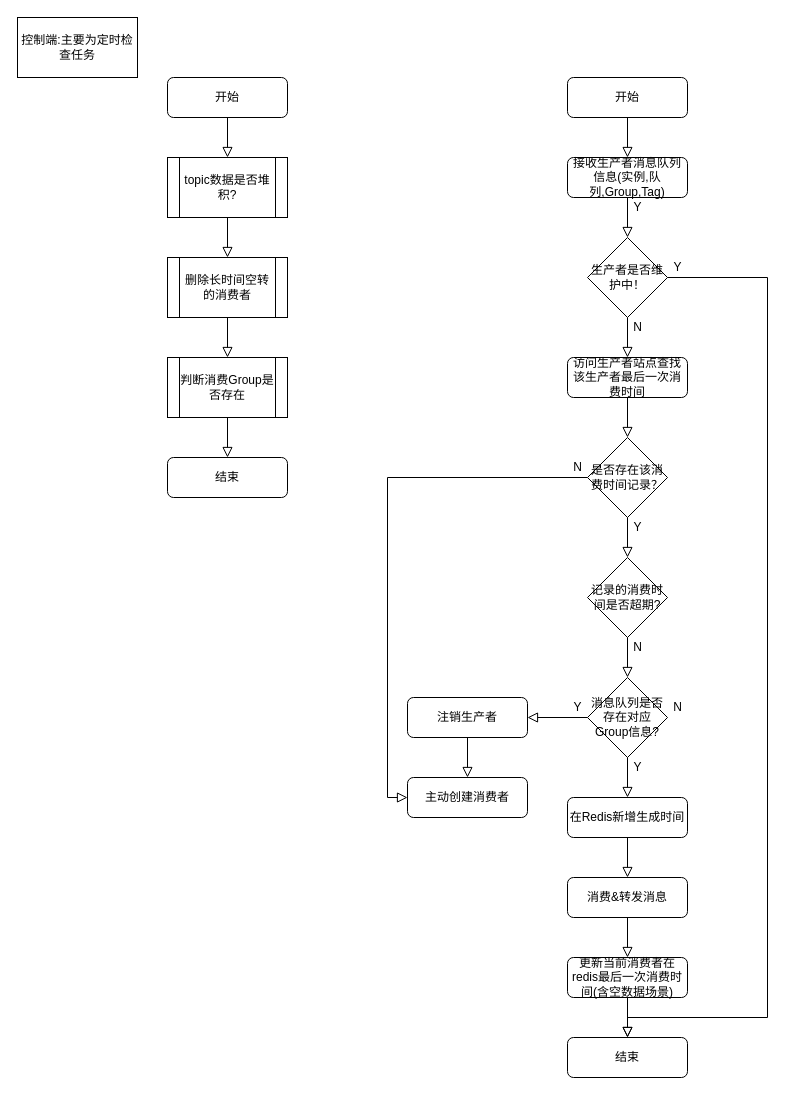
Above: page "消息队列控制端" (4 of 5) of 懂牛生产者.drawio in yigoC/test (draw.io), before the change. Source tidied: cells renumbered, new cells numbered last; positions are measured from the earlier drawing's top-left corner, leaving out a move shared by most shapes. Both pictures are drawn from the tidied source at 100%, with x=0, y=0 at pixel (17, 17).
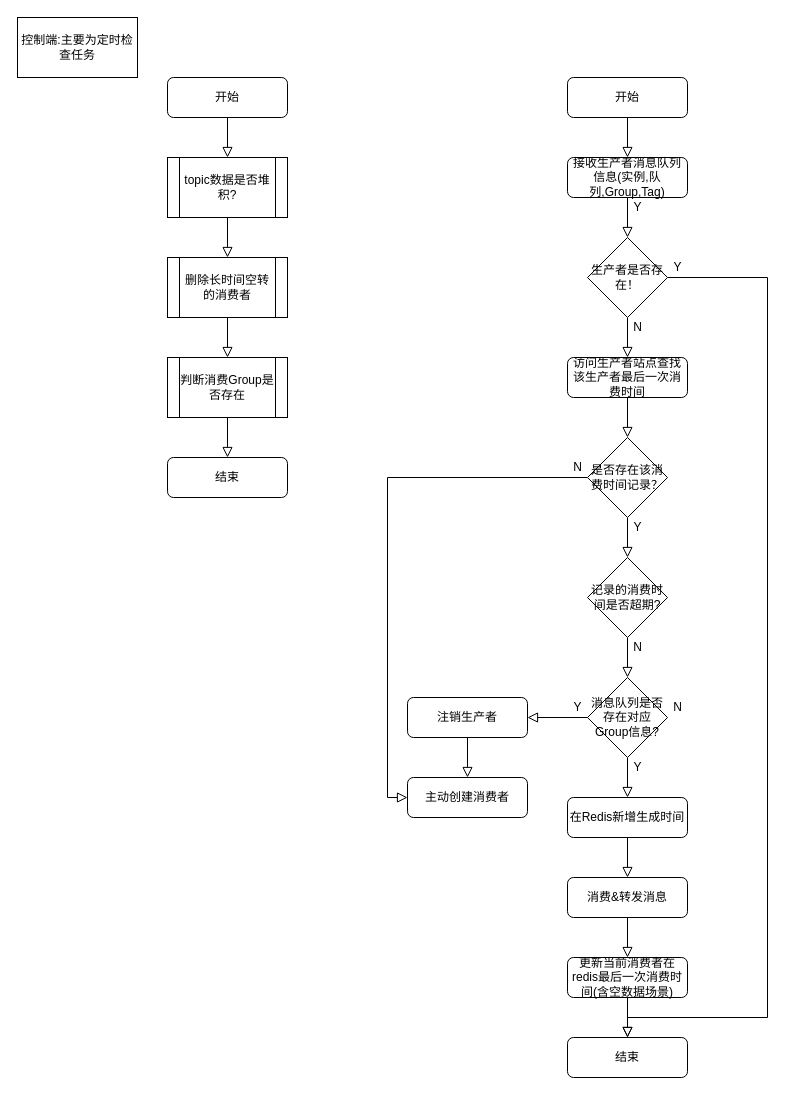
The same page after the edit.

What changed in the source:
```diff
@@
-    <mxCell id="29" value="生产者是否维护中！" style="rhombus;whiteSpace=wrap;html=1;" parent="1" vertex="1">
+    <mxCell id="29" value="生产者是否存在！" style="rhombus;whiteSpace=wrap;html=1;" parent="1" vertex="1">
       <mxGeometry x="570" y="220" width="80" height="80" as="geometry" />
     </mxCell>
```
